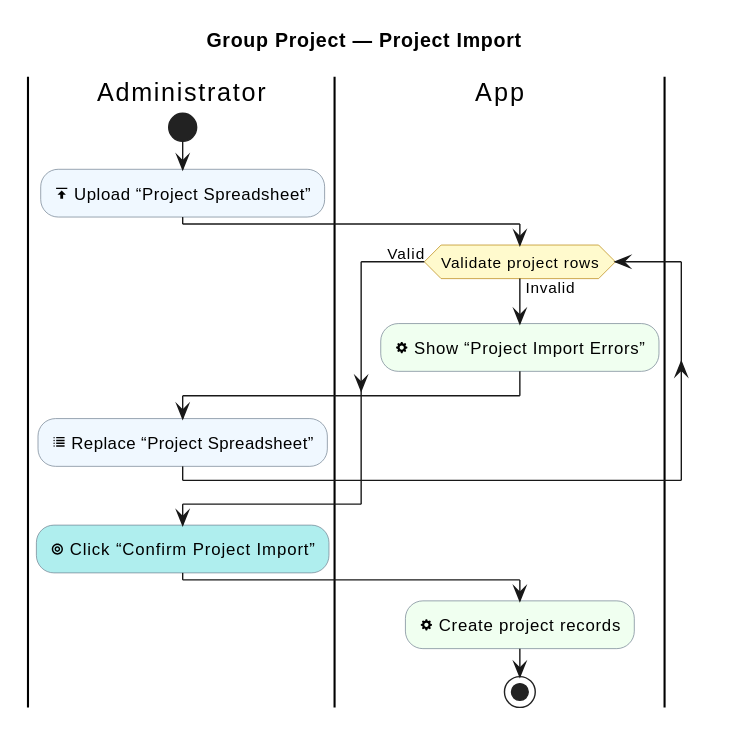
Before: industrial-placement-group-project/diagrams/group-project/project-import.svg, a diagram exported from PlantUML (sdflkjssl/sdflkjssl.github.io).
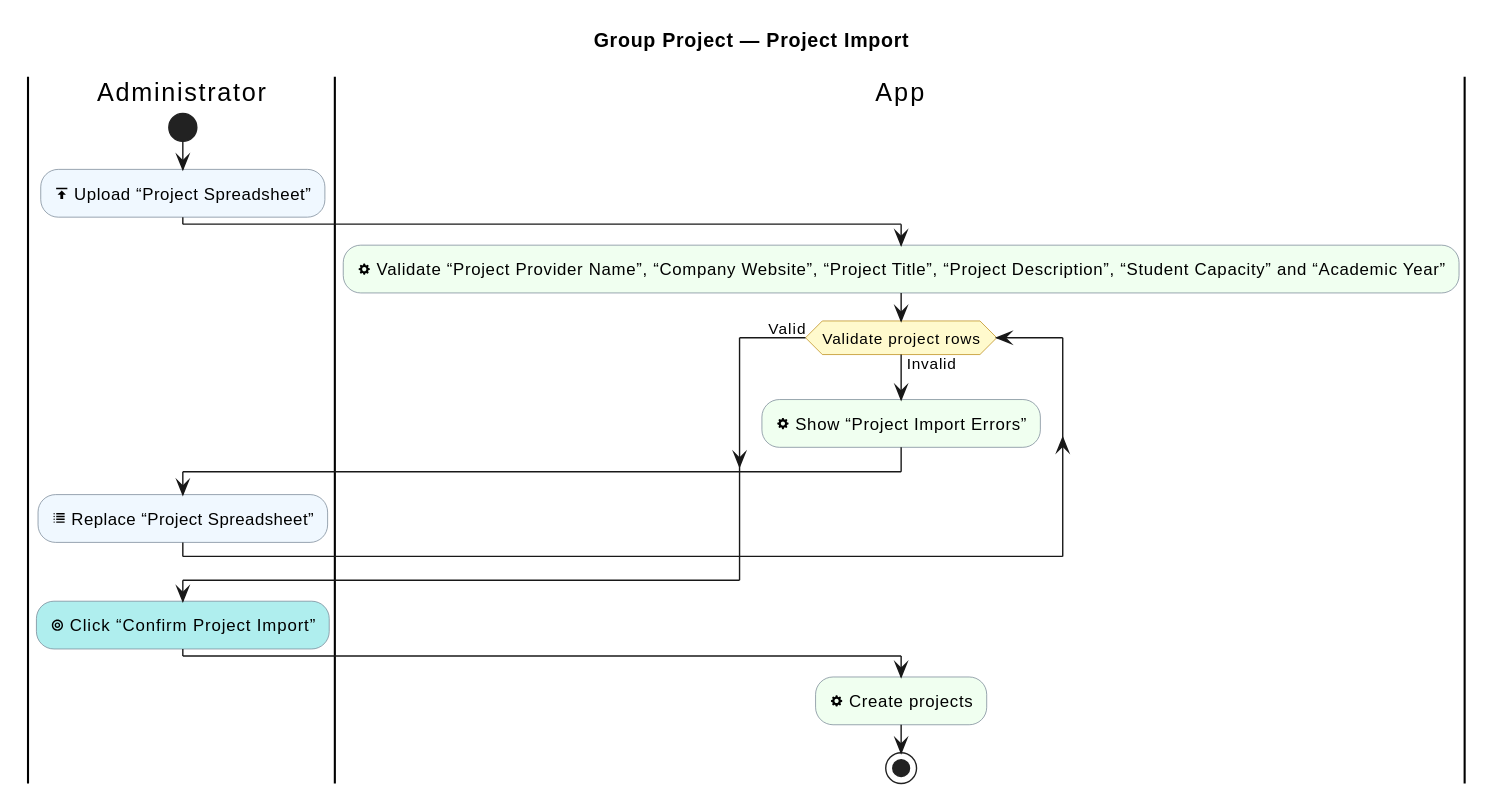
After the change.

Change to the diagram source:
```diff
@@ -14,6 +14,7 @@
 start
 :<&data-transfer-upload> Upload “Project Spreadsheet”; <<#AliceBlue>>
 |App|
+:<&cog> Validate “Project Provider Name”, “Company Website”, “Project Title”, “Project Description”, “Student Capacity” and “Academic Year”; <<#HoneyDew>>
 while (Validate project rows) is (Invalid)
   :<&cog> Show “Project Import Errors”; <<#HoneyDew>>
   |Administrator|
@@ -23,6 +24,6 @@
 |Administrator|
 :<&target> Click “Confirm Project Import”; <<#PaleTurquoise>>
 |App|
-:<&cog> Create project records; <<#HoneyDew>>
+:<&cog> Create projects; <<#HoneyDew>>
 stop
 @enduml
```
